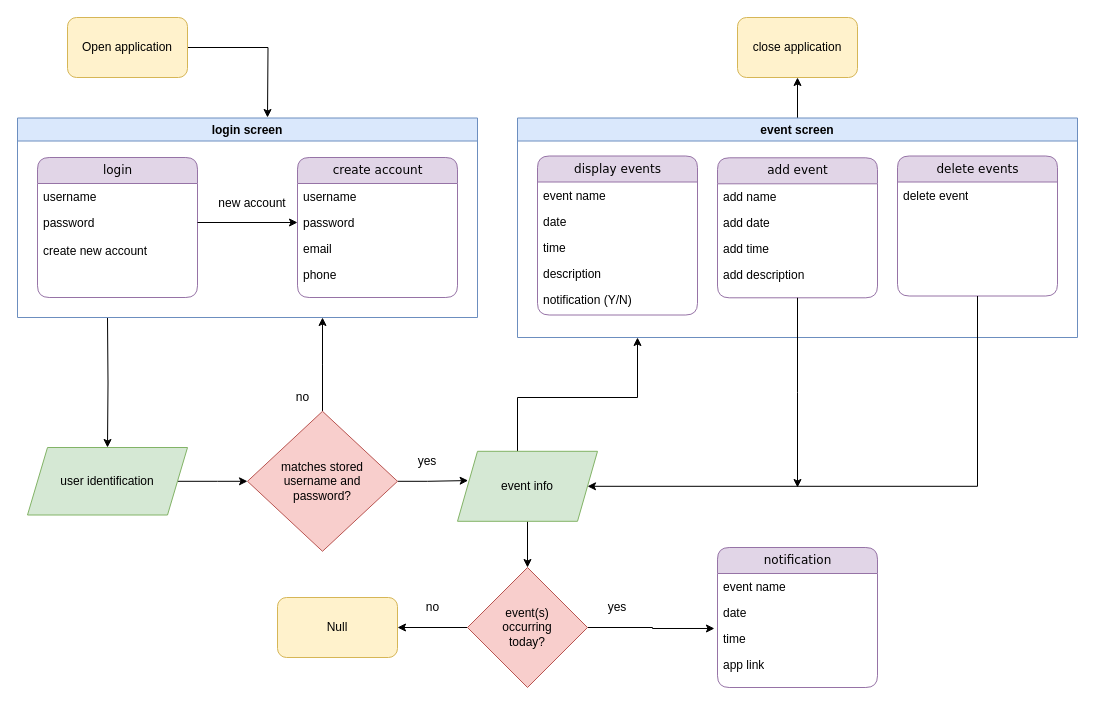
Earlier version of the draw.io diagram flowchart.drawio (katiestapleton/AndroidStudio). Source tidied: cells renumbered, new cells numbered last; positions are measured from the earlier drawing's top-left corner, leaving out a move shared by most shapes. Both pictures are drawn from the tidied source at 100%, with x=0, y=0 at pixel (17, 17).
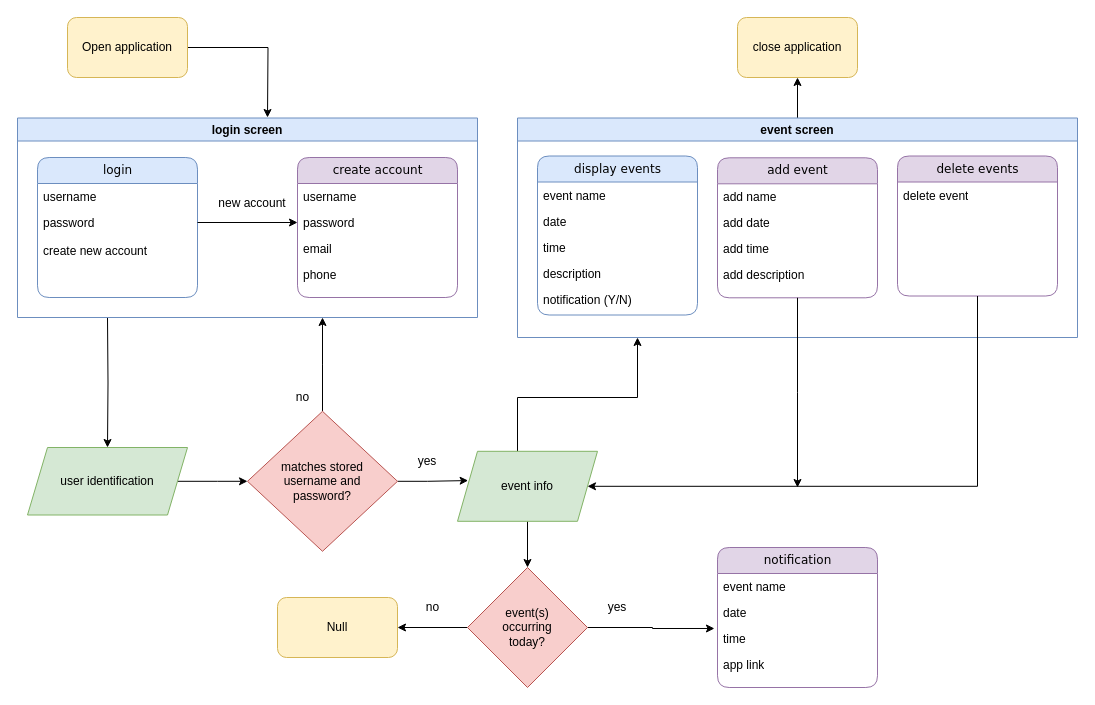
Above is the later version.

The change refers to these unchanged cells:
```xml
<mxCell id="28" value="event screen" style="swimlane;fillColor=#dae8fc;strokeColor=#6c8ebf;" parent="1" vertex="1">
  <mxGeometry x="500" y="100.5" width="560" height="219.5" as="geometry" />
</mxCell>
```

Diff of the diagram source:
```diff
@@
-    <mxCell id="2" value="login" style="swimlane;html=1;fontStyle=0;horizontal=1;startSize=26;fillColor=#e1d5e7;swimlaneFillColor=#ffffff;align=center;rounded=1;shadow=0;comic=0;labelBackgroundColor=none;strokeWidth=1;fontFamily=Verdana;fontSize=12;strokeColor=#9673a6;" parent="1" vertex="1">
+    <mxCell id="2" value="login" style="swimlane;html=1;fontStyle=0;horizontal=1;startSize=26;fillColor=#dae8fc;swimlaneFillColor=#ffffff;align=center;rounded=1;shadow=0;comic=0;labelBackgroundColor=none;strokeWidth=1;fontFamily=Verdana;fontSize=12;strokeColor=#6c8ebf;" parent="1" vertex="1">
       <mxGeometry x="20" y="140" width="160" height="140" as="geometry" />
     </mxCell>
@@
-    <mxCell id="29" value="display events" style="swimlane;html=1;fontStyle=0;horizontal=1;startSize=26;fillColor=#e1d5e7;swimlaneFillColor=#ffffff;align=center;rounded=1;shadow=0;comic=0;labelBackgroundColor=none;strokeWidth=1;fontFamily=Verdana;fontSize=12;strokeColor=#9673a6;" parent="28" vertex="1">
+    <mxCell id="29" value="display events" style="swimlane;html=1;fontStyle=0;horizontal=1;startSize=26;fillColor=#dae8fc;swimlaneFillColor=#ffffff;align=center;rounded=1;shadow=0;comic=0;labelBackgroundColor=none;strokeWidth=1;fontFamily=Verdana;fontSize=12;strokeColor=#6c8ebf;" parent="28" vertex="1">
       <mxGeometry x="20" y="38" width="160" height="159" as="geometry" />
     </mxCell>
```
